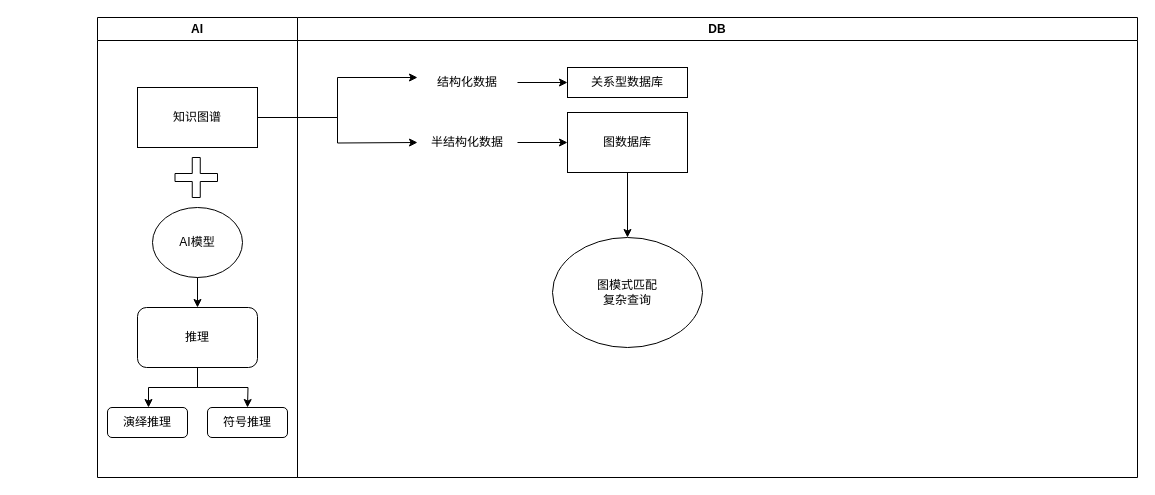
Above: 研究背景.drawio in Haosen-Wang/rgznxdff (draw.io), before the change. Source tidied: cells renumbered, new cells numbered last; positions are measured from the earlier drawing's top-left corner, leaving out a move shared by most shapes. Both pictures are drawn from the tidied source at 100%, with x=0, y=0 at pixel (97, 17).
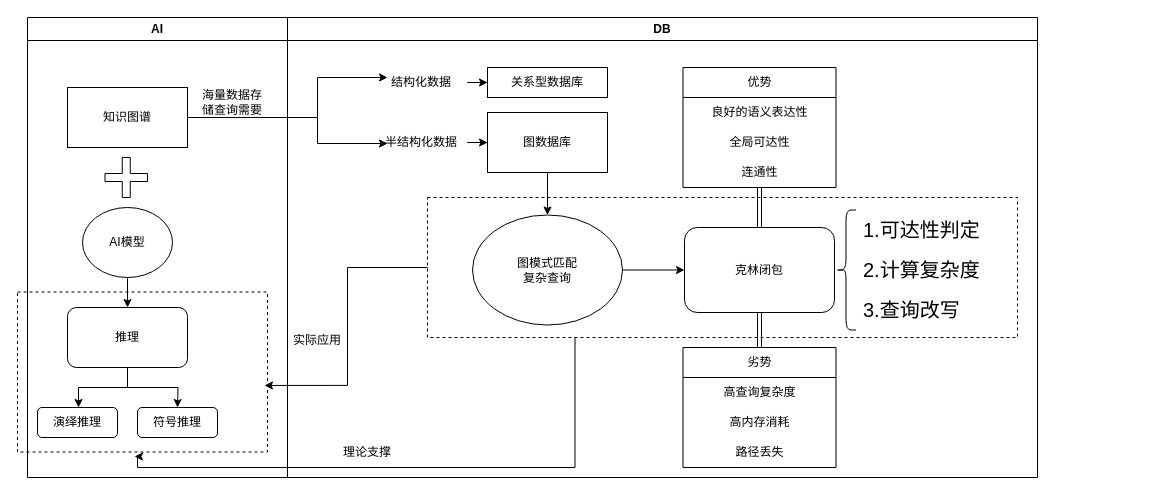
After the change.

Commit message (it also covers changes not shown here):
更新研究背景.drawio

Unchanged cells that the change refers to:
```xml
<mxCell id="3" value="知识图谱" style="rounded=0;whiteSpace=wrap;html=1;" parent="2" vertex="1">
  <mxGeometry x="40" y="70" width="120" height="60" as="geometry" />
</mxCell>
```

Change to the diagram source:
```diff
@@
+    <mxCell id="12" value="DB" style="swimlane;whiteSpace=wrap;html=1;align=center;" parent="1" vertex="1">
+      <mxGeometry x="190" width="750" height="460" as="geometry" />
+    </mxCell>
+    <mxCell id="13" style="edgeStyle=orthogonalEdgeStyle;rounded=0;jettySize=auto;html=1;entryX=0;entryY=0.5;entryDx=0;entryDy=0;" parent="12" edge="1" source="14" target="17">
+      <mxGeometry relative="1" as="geometry" />
+    </mxCell>
+    <mxCell id="14" value="结构化数据" style="text;html=1;align=center;verticalAlign=middle;whiteSpace=wrap;rounded=0;" parent="12" vertex="1">
+      <mxGeometry x="84" y="50" width="100" height="30" as="geometry" />
+    </mxCell>
+    <mxCell id="15" style="edgeStyle=orthogonalEdgeStyle;rounded=0;jettySize=auto;html=1;entryX=0;entryY=0.5;entryDx=0;entryDy=0;" parent="12" edge="1" source="16" target="19">
+      <mxGeometry relative="1" as="geometry" />
+    </mxCell>
+    <mxCell id="16" value="半结构化数据" style="text;html=1;align=center;verticalAlign=middle;whiteSpace=wrap;rounded=0;" parent="12" vertex="1">
+      <mxGeometry x="84" y="110" width="100" height="30" as="geometry" />
+    </mxCell>
+    <mxCell id="17" value="关系型数据库" style="rounded=0;whiteSpace=wrap;html=1;" parent="12" vertex="1">
+      <mxGeometry x="200" y="50" width="120" height="30" as="geometry" />
+    </mxCell>
+    <mxCell id="18" style="edgeStyle=orthogonalEdgeStyle;rounded=0;jettySize=auto;html=1;exitX=0.5;exitY=1;exitDx=0;exitDy=0;entryX=0.5;entryY=0;entryDx=0;entryDy=0;" parent="12" edge="1" source="19" target="20">
+      <mxGeometry relative="1" as="geometry" />
+    </mxCell>
+    <mxCell id="19" value="图数据库" style="rounded=0;whiteSpace=wrap;html=1;" parent="12" vertex="1">
+      <mxGeometry x="200" y="95" width="120" height="60" as="geometry" />
+    </mxCell>
+    <mxCell id="23" style="edgeStyle=orthogonalEdgeStyle;rounded=0;jettySize=auto;html=1;" parent="12" edge="1" source="20" target="24">
+      <mxGeometry relative="1" as="geometry" />
+    </mxCell>
+    <mxCell id="20" value="图模式匹配&lt;div&gt;复杂查询&lt;/div&gt;" style="ellipse;whiteSpace=wrap;html=1;" parent="12" vertex="1">
+      <mxGeometry x="185" y="197.5" width="150" height="110" as="geometry" />
+    </mxCell>
+    <mxCell id="24" value="克林闭包" style="rounded=1;whiteSpace=wrap;html=1;" parent="12" vertex="1">
+      <mxGeometry x="397" y="210" width="150" height="85" as="geometry" />
+    </mxCell>
+    <mxCell id="25" style="edgeStyle=orthogonalEdgeStyle;rounded=0;jettySize=auto;html=1;shape=link;" parent="12" edge="1" source="26" target="24">
+      <mxGeometry relative="1" as="geometry" />
+    </mxCell>
+    <mxCell id="26" value="优势" style="swimlane;fontStyle=0;horizontal=1;startSize=30;whiteSpace=wrap;html=1;" parent="12" vertex="1">
+      <mxGeometry x="395.5" y="50" width="153" height="120" as="geometry" />
+    </mxCell>
+    <mxCell id="27" value="良好的语义表达性" style="text;strokeColor=none;fillColor=none;align=center;verticalAlign=middle;spacingLeft=4;spacingRight=4;overflow=hidden;whiteSpace=wrap;html=1;" parent="26" vertex="1">
+      <mxGeometry y="30" width="153" height="30" as="geometry" />
+    </mxCell>
+    <mxCell id="28" value="全局可达性" style="text;strokeColor=none;fillColor=none;align=center;verticalAlign=middle;spacingLeft=4;spacingRight=4;overflow=hidden;whiteSpace=wrap;html=1;" parent="26" vertex="1">
+      <mxGeometry y="60" width="153" height="30" as="geometry" />
+    </mxCell>
+    <mxCell id="29" value="连通性" style="text;strokeColor=none;fillColor=none;align=center;verticalAlign=middle;spacingLeft=4;spacingRight=4;overflow=hidden;whiteSpace=wrap;html=1;" parent="26" vertex="1">
+      <mxGeometry y="90" width="153" height="30" as="geometry" />
+    </mxCell>
+    <mxCell id="30" style="rounded=0;jettySize=auto;html=1;entryX=0.5;entryY=1;entryDx=0;entryDy=0;shape=link;" parent="12" edge="1" source="31" target="24">
+      <mxGeometry relative="1" as="geometry" />
+    </mxCell>
+    <mxCell id="31" value="劣势" style="swimlane;fontStyle=0;horizontal=1;startSize=30;whiteSpace=wrap;html=1;" parent="12" vertex="1">
+      <mxGeometry x="395.5" y="330" width="153" height="120" as="geometry" />
+    </mxCell>
+    <mxCell id="32" value="高查询复杂度" style="text;strokeColor=none;fillColor=none;align=center;verticalAlign=middle;spacingLeft=4;spacingRight=4;overflow=hidden;whiteSpace=wrap;html=1;" parent="31" vertex="1">
+      <mxGeometry y="30" width="153" height="30" as="geometry" />
+    </mxCell>
+    <mxCell id="33" value="高内存消耗" style="text;strokeColor=none;fillColor=none;align=center;verticalAlign=middle;spacingLeft=4;spacingRight=4;overflow=hidden;whiteSpace=wrap;html=1;" parent="31" vertex="1">
+      <mxGeometry y="60" width="153" height="30" as="geometry" />
+    </mxCell>
+    <mxCell id="34" value="路径丢失" style="text;strokeColor=none;fillColor=none;align=center;verticalAlign=middle;spacingLeft=4;spacingRight=4;overflow=hidden;whiteSpace=wrap;html=1;" parent="31" vertex="1">
+      <mxGeometry y="90" width="153" height="30" as="geometry" />
+    </mxCell>
+    <mxCell id="35" style="shape=curlyBracket;whiteSpace=wrap;html=1;rounded=1;labelPosition=left;verticalLabelPosition=middle;align=right;verticalAlign=middle;" parent="12" vertex="1">
+      <mxGeometry x="548.5" y="192.5" width="20" height="120" as="geometry" />
+    </mxCell>
+    <mxCell id="36" style="shape=table;startSize=0;childLayout=tableLayout;fontSize=20;fillColor=none;strokeColor=none;" parent="12" vertex="1">
+      <mxGeometry x="568.5" y="192.5" width="170" height="117.5" as="geometry" />
+    </mxCell>
+    <mxCell id="37" style="shape=tableRow;horizontal=0;startSize=0;swimlaneHead=0;swimlaneBody=0;strokeColor=inherit;top=0;left=0;bottom=0;right=0;fillColor=none;fontSize=16;" parent="36" vertex="1">
+      <mxGeometry width="170" height="39" as="geometry" />
+    </mxCell>
+    <mxCell id="38" value="1.可达性判定" style="shape=partialRectangle;html=1;whiteSpace=wrap;strokeColor=inherit;overflow=hidden;fillColor=none;top=0;left=0;bottom=0;right=0;fontSize=20;align=left;spacingLeft=5;" parent="37" vertex="1">
+      <mxGeometry width="170" height="39" as="geometry" />
+    </mxCell>
+    <mxCell id="39" style="shape=tableRow;horizontal=0;startSize=0;swimlaneHead=0;swimlaneBody=0;strokeColor=inherit;top=0;left=0;bottom=0;right=0;fillColor=none;fontSize=16;" parent="36" vertex="1">
+      <mxGeometry y="39" width="170" height="41" as="geometry" />
+    </mxCell>
+    <mxCell id="40" value="2.计算复杂度" style="shape=partialRectangle;html=1;whiteSpace=wrap;strokeColor=inherit;overflow=hidden;fillColor=none;top=0;left=0;bottom=0;right=0;fontSize=20;align=left;spacingLeft=5;" parent="39" vertex="1">
+      <mxGeometry width="170" height="41" as="geometry" />
+    </mxCell>
+    <mxCell id="41" style="shape=tableRow;horizontal=0;startSize=0;swimlaneHead=0;swimlaneBody=0;strokeColor=inherit;top=0;left=0;bottom=0;right=0;fillColor=none;fontSize=16;" parent="36" vertex="1">
+      <mxGeometry y="80" width="170" height="38" as="geometry" />
+    </mxCell>
+    <mxCell id="42" value="3.查询改写" style="shape=partialRectangle;html=1;whiteSpace=wrap;strokeColor=inherit;overflow=hidden;fillColor=none;top=0;left=0;bottom=0;right=0;fontSize=20;align=left;spacingLeft=5;" parent="41" vertex="1">
+      <mxGeometry width="170" height="38" as="geometry" />
+    </mxCell>
+    <mxCell id="43" style="rounded=0;whiteSpace=wrap;html=1;fillColor=none;dashed=1;" parent="12" vertex="1">
+      <mxGeometry x="140" y="180" width="590" height="140" as="geometry" />
+    </mxCell>
+    <mxCell id="44" value="实际应用" style="text;html=1;align=center;verticalAlign=middle;whiteSpace=wrap;rounded=0;" parent="12" vertex="1">
+      <mxGeometry y="307.5" width="60" height="30" as="geometry" />
+    </mxCell>
+    <mxCell id="45" value="理论支撑" style="text;html=1;align=center;verticalAlign=middle;whiteSpace=wrap;rounded=0;" parent="12" vertex="1">
+      <mxGeometry x="50" y="420" width="60" height="30" as="geometry" />
+    </mxCell>
+    <mxCell id="21" style="edgeStyle=orthogonalEdgeStyle;rounded=0;jettySize=auto;html=1;" parent="1" edge="1" source="3">
+      <mxGeometry relative="1" as="geometry">
+        <mxPoint x="290" y="60" as="targetPoint" />
+        <Array as="points">
+          <mxPoint x="220" y="100" />
+          <mxPoint x="220" y="60" />
+        </Array>
+      </mxGeometry>
+    </mxCell>
+    <mxCell id="22" style="edgeStyle=orthogonalEdgeStyle;rounded=0;jettySize=auto;html=1;" parent="1" edge="1" source="3">
+      <mxGeometry relative="1" as="geometry">
+        <mxPoint x="290" y="126" as="targetPoint" />
+        <Array as="points">
+          <mxPoint x="220" y="100" />
+          <mxPoint x="220" y="126" />
+        </Array>
+      </mxGeometry>
+    </mxCell>
     <mxCell id="2" value="AI" style="swimlane;whiteSpace=wrap;html=1;" parent="1" vertex="1">
-      <mxGeometry width="200" height="460" as="geometry" />
+      <mxGeometry x="-70" width="260" height="460" as="geometry" />
     </mxCell>
@@
-    <mxCell id="12" value="DB" style="swimlane;whiteSpace=wrap;html=1;" parent="1" vertex="1">
-      <mxGeometry x="200" width="840" height="460" as="geometry" />
-    </mxCell>
-    <mxCell id="13" style="edgeStyle=orthogonalEdgeStyle;rounded=0;jettySize=auto;html=1;entryX=0;entryY=0.5;entryDx=0;entryDy=0;" parent="12" edge="1" source="14" target="17">
-      <mxGeometry relative="1" as="geometry" />
-    </mxCell>
-    <mxCell id="14" value="结构化数据" style="text;html=1;align=center;verticalAlign=middle;whiteSpace=wrap;rounded=0;" parent="12" vertex="1">
-      <mxGeometry x="120" y="50" width="100" height="30" as="geometry" />
-    </mxCell>
-    <mxCell id="15" style="edgeStyle=orthogonalEdgeStyle;rounded=0;jettySize=auto;html=1;entryX=0;entryY=0.5;entryDx=0;entryDy=0;" parent="12" edge="1" source="16" target="19">
-      <mxGeometry relative="1" as="geometry" />
-    </mxCell>
-    <mxCell id="16" value="半结构化数据" style="text;html=1;align=center;verticalAlign=middle;whiteSpace=wrap;rounded=0;" parent="12" vertex="1">
-      <mxGeometry x="120" y="110" width="100" height="30" as="geometry" />
-    </mxCell>
-    <mxCell id="17" value="关系型数据库" style="rounded=0;whiteSpace=wrap;html=1;" parent="12" vertex="1">
-      <mxGeometry x="270" y="50" width="120" height="30" as="geometry" />
-    </mxCell>
-    <mxCell id="18" style="edgeStyle=orthogonalEdgeStyle;rounded=0;jettySize=auto;html=1;exitX=0.5;exitY=1;exitDx=0;exitDy=0;entryX=0.5;entryY=0;entryDx=0;entryDy=0;" parent="12" edge="1" source="19" target="20">
-      <mxGeometry relative="1" as="geometry" />
-    </mxCell>
-    <mxCell id="19" value="图数据库" style="rounded=0;whiteSpace=wrap;html=1;" parent="12" vertex="1">
-      <mxGeometry x="270" y="95" width="120" height="60" as="geometry" />
-    </mxCell>
-    <mxCell id="20" value="图模式匹配&lt;div&gt;复杂查询&lt;/div&gt;" style="ellipse;whiteSpace=wrap;html=1;" parent="12" vertex="1">
-      <mxGeometry x="255" y="220" width="150" height="110" as="geometry" />
-    </mxCell>
-    <mxCell id="21" style="edgeStyle=orthogonalEdgeStyle;rounded=0;jettySize=auto;html=1;" parent="1" edge="1" source="3">
-      <mxGeometry relative="1" as="geometry">
-        <mxPoint x="320" y="60" as="targetPoint" />
-        <Array as="points">
-          <mxPoint x="240" y="100" />
-          <mxPoint x="240" y="60" />
-        </Array>
-      </mxGeometry>
-    </mxCell>
-    <mxCell id="22" style="edgeStyle=orthogonalEdgeStyle;rounded=0;jettySize=auto;html=1;entryX=0;entryY=0.5;entryDx=0;entryDy=0;" parent="1" edge="1" source="3">
-      <mxGeometry relative="1" as="geometry">
-        <mxPoint x="320" y="125" as="targetPoint" />
-      </mxGeometry>
-    </mxCell>
+    <mxCell id="46" style="rounded=0;whiteSpace=wrap;html=1;fillColor=none;dashed=1;" parent="2" vertex="1">
+      <mxGeometry x="-10" y="274.5" width="250" height="160" as="geometry" />
+    </mxCell>
+    <mxCell id="47" value="海量数据存储查询需要" style="text;html=1;align=center;verticalAlign=middle;whiteSpace=wrap;rounded=0;" parent="2" vertex="1">
+      <mxGeometry x="170" y="70" width="70" height="30" as="geometry" />
+    </mxCell>
+    <mxCell id="48" style="edgeStyle=orthogonalEdgeStyle;rounded=0;jettySize=auto;html=1;exitX=0;exitY=0.5;exitDx=0;exitDy=0;entryX=0.988;entryY=0.584;entryDx=0;entryDy=0;entryPerimeter=0;" parent="1" edge="1" source="43" target="46">
+      <mxGeometry relative="1" as="geometry" />
+    </mxCell>
+    <mxCell id="49" style="edgeStyle=orthogonalEdgeStyle;rounded=0;jettySize=auto;html=1;exitX=0.25;exitY=1;exitDx=0;exitDy=0;entryX=0.468;entryY=1.028;entryDx=0;entryDy=0;entryPerimeter=0;" parent="1" edge="1" source="43" target="46">
+      <mxGeometry relative="1" as="geometry">
+        <Array as="points">
+          <mxPoint x="478" y="450" />
+          <mxPoint x="40" y="450" />
+          <mxPoint x="40" y="439" />
+        </Array>
+      </mxGeometry>
+    </mxCell>
```
